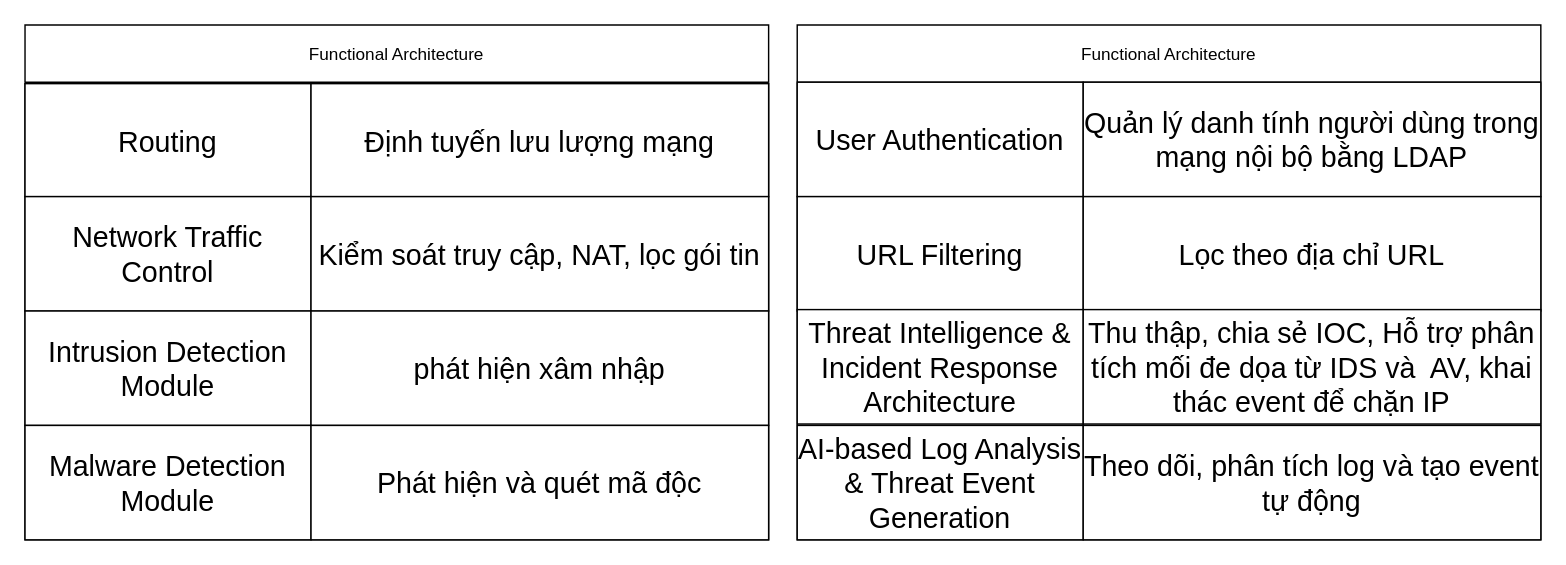
Before: page "Functional Architecture" (1 of 4) of ATMNC.drawio in PHU0363569836/Doan-ATMNC, a draw.io diagram. Source tidied: cells renumbered, new cells numbered last; positions are measured from the earlier drawing's top-left corner, leaving out a move shared by most shapes. Both pictures are drawn from the tidied source at 143%, with x=0, y=0 at pixel (24, 24).
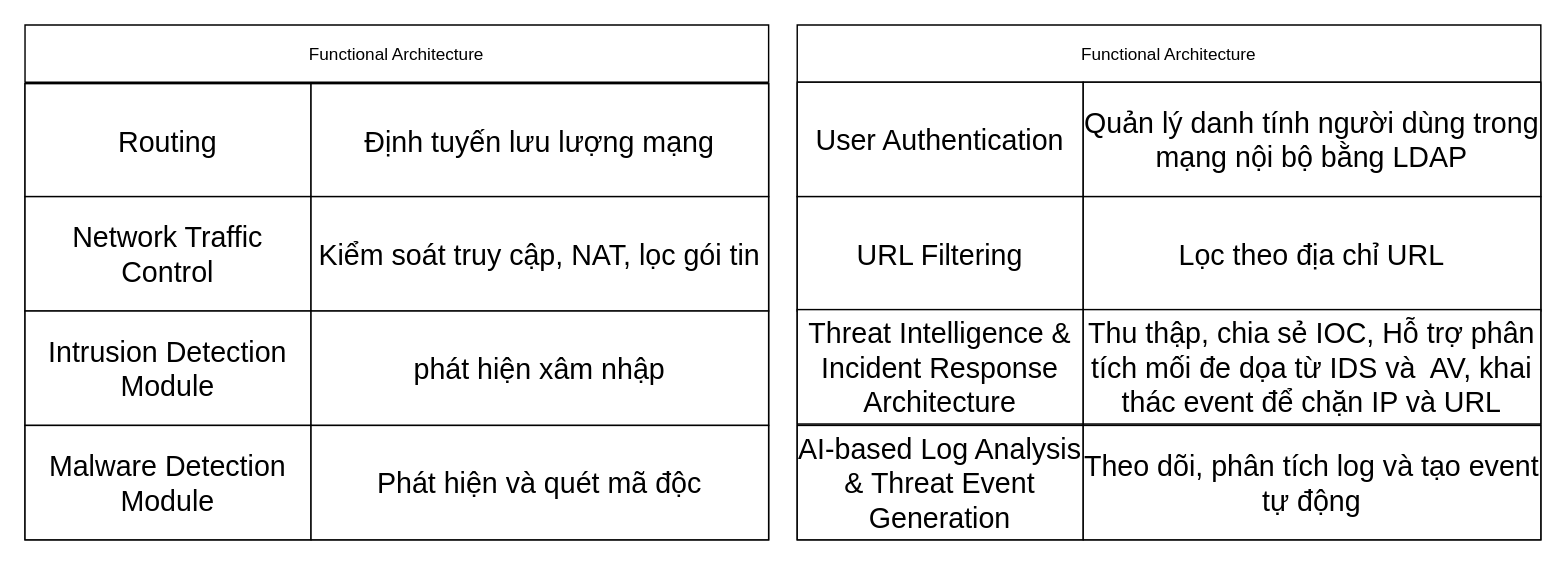
After the change.

The change refers to these unchanged cells:
```xml
<mxCell id="37" style="swimlane;swimlaneHead=0;swimlaneBody=0;fontStyle=0;strokeColor=inherit;fillColor=none;startSize=0;" parent="34" vertex="1">
  <mxGeometry x="200" width="320" height="81" as="geometry" />
</mxCell>
```

The edit, as a diff of the source:
```diff
@@
-    <mxCell id="38" value="&lt;font style=&quot;font-size: 20px;&quot;&gt;Thu thập, chia sẻ IOC,&amp;nbsp;Hỗ trợ phân tích mối đe dọa từ IDS và&amp;nbsp; AV,&amp;nbsp;&lt;span style=&quot;background-color: transparent; color: light-dark(rgb(0, 0, 0), rgb(255, 255, 255));&quot;&gt;khai thác event để chặn IP&lt;/span&gt;&lt;/font&gt;" style="whiteSpace=wrap;html=1;" parent="37" vertex="1">
+    <mxCell id="38" value="&lt;font style=&quot;font-size: 20px;&quot;&gt;Thu thập, chia sẻ IOC,&amp;nbsp;Hỗ trợ phân tích mối đe dọa từ IDS và&amp;nbsp; AV,&amp;nbsp;&lt;span style=&quot;background-color: transparent; color: light-dark(rgb(0, 0, 0), rgb(255, 255, 255));&quot;&gt;khai thác event để chặn IP và URL&lt;/span&gt;&lt;/font&gt;" style="whiteSpace=wrap;html=1;" parent="37" vertex="1">
       <mxGeometry width="320" height="80" as="geometry" />
     </mxCell>
```
